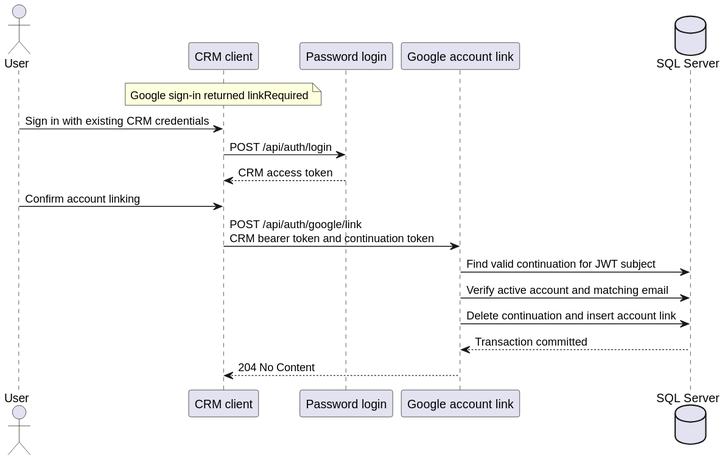
Earlier version of the PlantUML export docs/technical_docs/backend_docs/user_stories/us_073/diagrams/complete-google-account-link.svg (JStec0312/Tutoring-CRM-System).
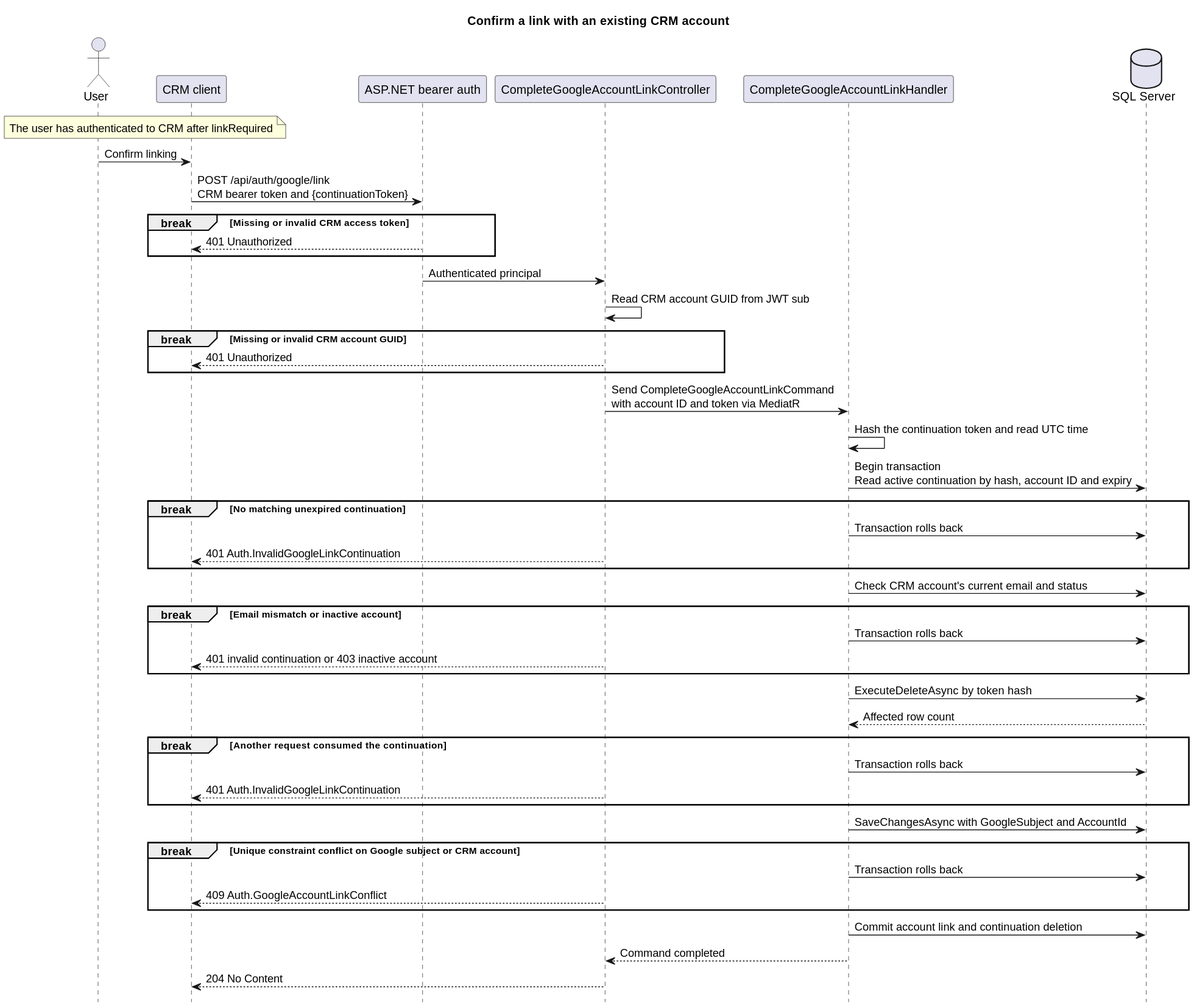
After the change.

What changed in the source:
```diff
@@ -1,19 +1,49 @@
 @startuml
+title Confirm a link with an existing CRM account
+hide footbox
+
 actor User
 participant "CRM client" as Client
-participant "Password login" as Login
-participant "Google account link" as Link
+participant "ASP.NET bearer auth" as Auth
+participant CompleteGoogleAccountLinkController as Controller
+participant CompleteGoogleAccountLinkHandler as Handler
 database "SQL Server" as Database
 
-note over Client: Google sign-in returned linkRequired
-User -> Client: Sign in with existing CRM credentials
-Client -> Login: POST /api/auth/login
-Login --> Client: CRM access token
-User -> Client: Confirm account linking
-Client -> Link: POST /api/auth/google/link\nCRM bearer token and continuation token
-Link -> Database: Find valid continuation for JWT subject
-Link -> Database: Verify active account and matching email
-Link -> Database: Delete continuation and insert account link
-Database --> Link: Transaction committed
-Link --> Client: 204 No Content
+note over User,Client: The user has authenticated to CRM after linkRequired
+User -> Client: Confirm linking
+Client -> Auth: POST /api/auth/google/link\nCRM bearer token and {continuationToken}
+break Missing or invalid CRM access token
+    Auth --> Client: 401 Unauthorized
+end
+Auth -> Controller: Authenticated principal
+Controller -> Controller: Read CRM account GUID from JWT sub
+break Missing or invalid CRM account GUID
+    Controller --> Client: 401 Unauthorized
+end
+Controller -> Handler: Send CompleteGoogleAccountLinkCommand\nwith account ID and token via MediatR
+Handler -> Handler: Hash the continuation token and read UTC time
+Handler -> Database: Begin transaction\nRead active continuation by hash, account ID and expiry
+break No matching unexpired continuation
+    Handler -> Database: Transaction rolls back
+    Controller --> Client: 401 Auth.InvalidGoogleLinkContinuation
+end
+Handler -> Database: Check CRM account's current email and status
+break Email mismatch or inactive account
+    Handler -> Database: Transaction rolls back
+    Controller --> Client: 401 invalid continuation or 403 inactive account
+end
+Handler -> Database: ExecuteDeleteAsync by token hash
+Database --> Handler: Affected row count
+break Another request consumed the continuation
+    Handler -> Database: Transaction rolls back
+    Controller --> Client: 401 Auth.InvalidGoogleLinkContinuation
+end
+Handler -> Database: SaveChangesAsync with GoogleSubject and AccountId
+break Unique constraint conflict on Google subject or CRM account
+    Handler -> Database: Transaction rolls back
+    Controller --> Client: 409 Auth.GoogleAccountLinkConflict
+end
+Handler -> Database: Commit account link and continuation deletion
+Handler --> Controller: Command completed
+Controller --> Client: 204 No Content
 @enduml
```
